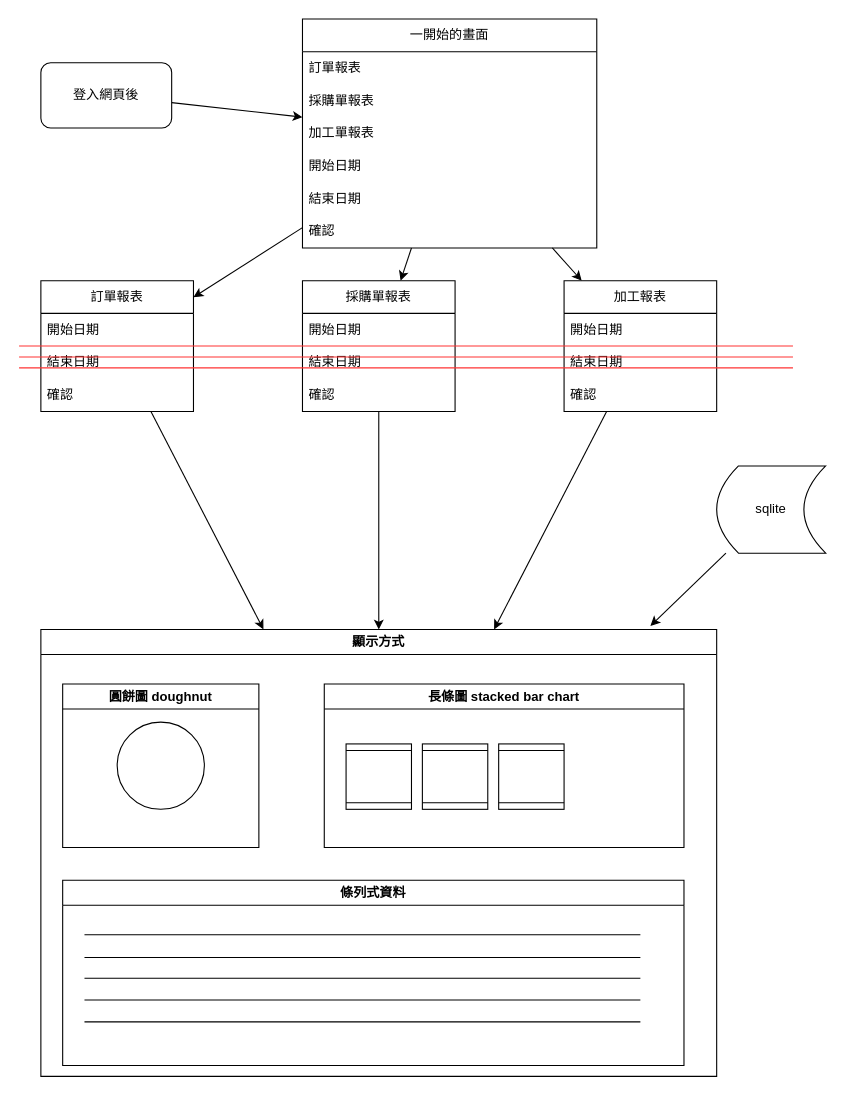
This is 想法.drawio from 72gig/Asp.net-core-mvc-and-have-other-language, a draw.io file, before an edit. Source tidied: cells renumbered, new cells numbered last; positions are measured from the earlier drawing's top-left corner, leaving out a move shared by most shapes. Both pictures are drawn from the tidied source at 109%, with x=0, y=0 at pixel (19, 19).
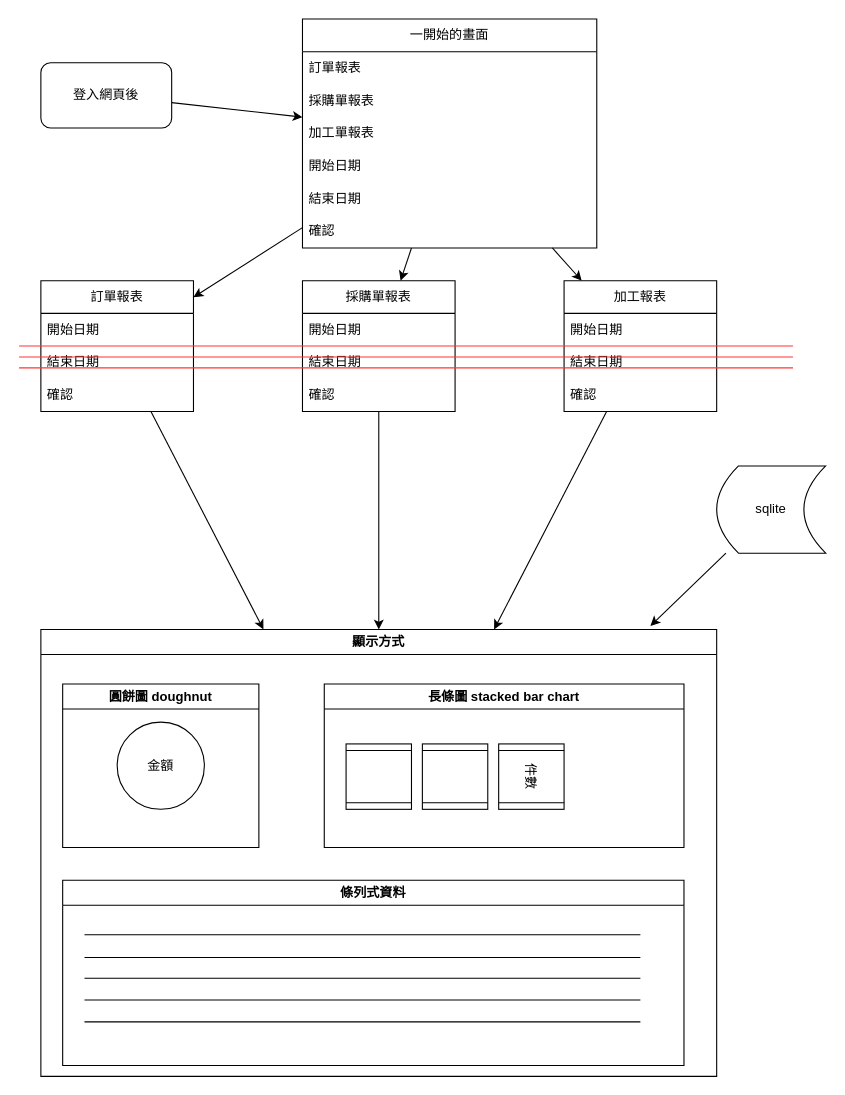
Above is the later version.

The change refers to these unchanged cells:
```xml
<mxCell id="30" value="圓餅圖 doughnut" style="swimlane;whiteSpace=wrap;html=1;" parent="29" vertex="1">
  <mxGeometry x="20" y="50" width="180" height="150" as="geometry" />
</mxCell>
<mxCell id="32" value="長條圖 stacked bar chart" style="swimlane;whiteSpace=wrap;html=1;" parent="29" vertex="1">
  <mxGeometry x="260" y="50" width="330" height="150" as="geometry" />
</mxCell>
```

Diff of the diagram source:
```diff
@@
-    <mxCell id="31" style="ellipse;whiteSpace=wrap;html=1;" parent="30" vertex="1">
+    <mxCell id="31" value="金額" style="ellipse;whiteSpace=wrap;html=1;" parent="30" vertex="1">
       <mxGeometry x="50" y="35" width="80" height="80" as="geometry" />
     </mxCell>
@@
-    <mxCell id="35" style="shape=process;whiteSpace=wrap;html=1;backgroundOutline=1;rotation=90;" parent="32" vertex="1">
+    <mxCell id="35" value="件數" style="shape=process;whiteSpace=wrap;html=1;backgroundOutline=1;rotation=90;" parent="32" vertex="1">
       <mxGeometry x="160" y="55" width="60" height="60" as="geometry" />
     </mxCell>
```
